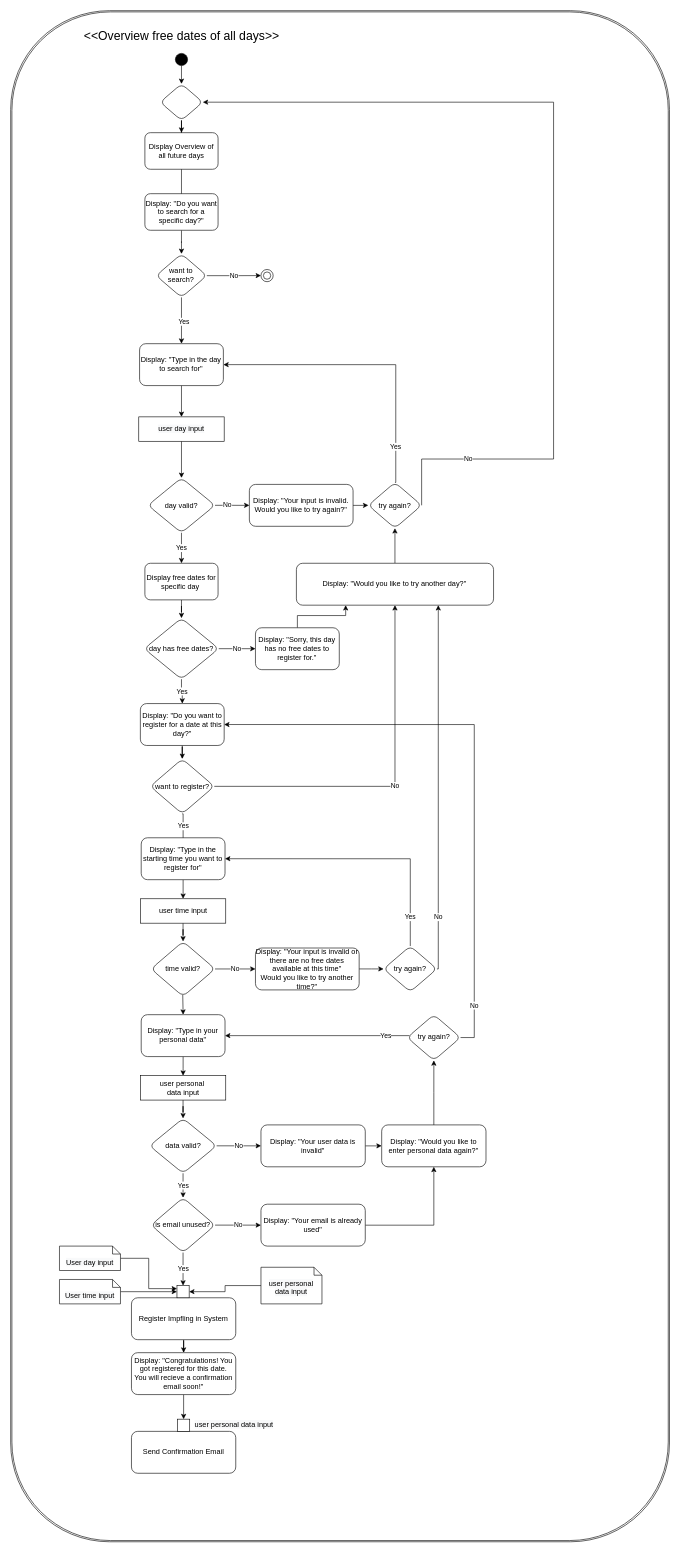
Above: UML/VAActivtyDiagram.drawio in CalvinDO/SoftwareDesignEndabgabe (draw.io), before the change. Source tidied: cells renumbered, new cells numbered last; positions are measured from the earlier drawing's top-left corner, leaving out a move shared by most shapes. Both pictures are drawn from the tidied source at 61%, with x=0, y=0 at pixel (10, 10).
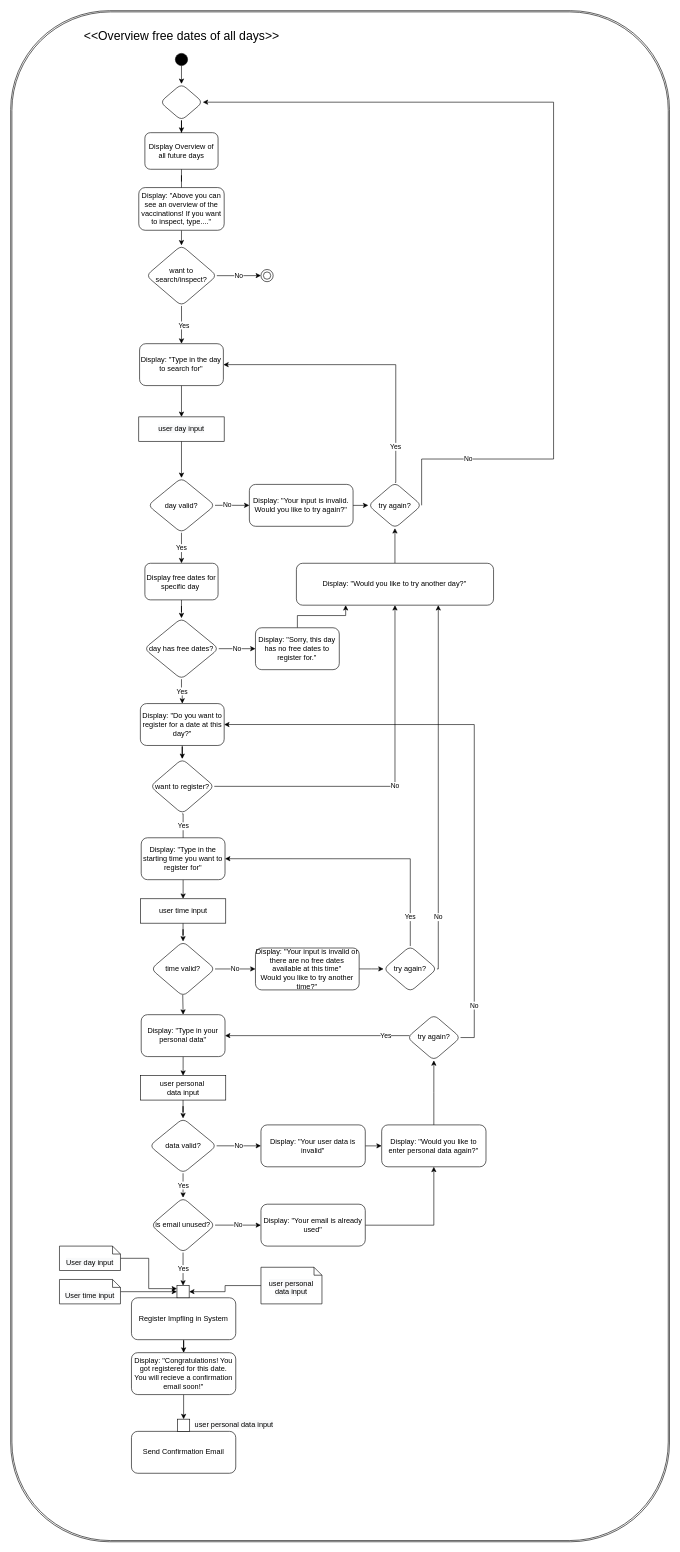
The same page after the edit.

What changed in the source:
```diff
@@
-    <mxCell id="20" value="Display: &quot;Do you want to search for a specific day?&quot;" style="rounded=1;whiteSpace=wrap;html=1;" parent="1" vertex="1">
-      <mxGeometry x="220" y="300" width="120" height="60" as="geometry" />
+    <mxCell id="20" value="Display: &quot;Above you can see an overview of the vaccinations! If you want to inspect, type....&quot;" style="rounded=1;whiteSpace=wrap;html=1;" parent="1" vertex="1">
+      <mxGeometry x="210" y="290" width="140" height="70" as="geometry" />
     </mxCell>
@@
-    <mxCell id="23" value="want to search?" style="rhombus;whiteSpace=wrap;html=1;rounded=1;" parent="1" vertex="1">
-      <mxGeometry x="238.4" y="398.7" width="83.2" height="71.3" as="geometry" />
+    <mxCell id="23" value="want to search/inspect?" style="rhombus;whiteSpace=wrap;html=1;rounded=1;" parent="1" vertex="1">
+      <mxGeometry x="222.1" y="384.7" width="115.9" height="99.3" as="geometry" />
     </mxCell>
```
